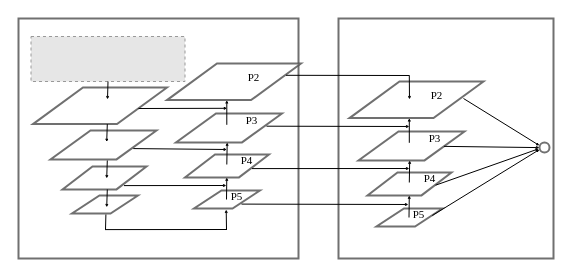
Earlier version of the draw.io diagram FPN-PAN.drawio (zjie134/blog_pic). Source tidied: cells renumbered, new cells numbered last; positions are measured from the earlier drawing's top-left corner, leaving out a move shared by most shapes. Both pictures are drawn from the tidied source at 100%, with x=0, y=0 at pixel (18, 18). Pictures stored in the file or linked from it are replaced by grey dashed boxes.
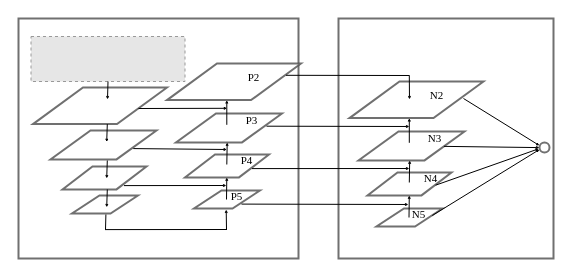
After the change.

Change to the diagram source:
```diff
@@
-    <mxCell id="35" value="&lt;font style=&quot;font-size: 11px&quot; face=&quot;Times New Roman&quot;&gt;P2&lt;/font&gt;" style="text;html=1;align=center;verticalAlign=middle;fillColor=none;strokeColor=none;rounded=0;opacity=80;" parent="1" vertex="1">
+    <mxCell id="35" value="&lt;font style=&quot;font-size: 11px&quot; face=&quot;Times New Roman&quot;&gt;N2&lt;/font&gt;" style="text;html=1;align=center;verticalAlign=middle;fillColor=none;strokeColor=none;rounded=0;opacity=80;" parent="1" vertex="1">
       <mxGeometry x="402.5" y="67" width="30" height="20" as="geometry" />
     </mxCell>
-    <mxCell id="36" value="&lt;font style=&quot;font-size: 11px&quot; face=&quot;Times New Roman&quot;&gt;P3&lt;/font&gt;" style="text;html=1;align=center;verticalAlign=middle;fillColor=none;strokeColor=none;rounded=0;opacity=80;" parent="1" vertex="1">
+    <mxCell id="36" value="&lt;font style=&quot;font-size: 11px&quot; face=&quot;Times New Roman&quot;&gt;N3&lt;/font&gt;" style="text;html=1;align=center;verticalAlign=middle;fillColor=none;strokeColor=none;rounded=0;opacity=80;" parent="1" vertex="1">
       <mxGeometry x="400.5" y="110" width="30" height="20" as="geometry" />
     </mxCell>
-    <mxCell id="37" value="&lt;font style=&quot;font-size: 11px&quot; face=&quot;Times New Roman&quot;&gt;P4&lt;/font&gt;" style="text;html=1;align=center;verticalAlign=middle;fillColor=none;strokeColor=none;rounded=0;opacity=80;" parent="1" vertex="1">
-      <mxGeometry x="395.5" y="150" width="30" height="20" as="geometry" />
+    <mxCell id="37" value="&lt;font style=&quot;font-size: 11px&quot; face=&quot;Times New Roman&quot;&gt;N4&lt;/font&gt;" style="text;html=1;align=center;verticalAlign=middle;fillColor=none;strokeColor=none;rounded=0;opacity=80;" parent="1" vertex="1">
+      <mxGeometry x="396.5" y="150" width="30" height="20" as="geometry" />
     </mxCell>
-    <mxCell id="38" value="&lt;font style=&quot;font-size: 11px&quot; face=&quot;Times New Roman&quot;&gt;P5&lt;/font&gt;" style="text;html=1;align=center;verticalAlign=middle;points=[];fillColor=none;strokeColor=none;rounded=0;opacity=80;" parent="1" vertex="1">
+    <mxCell id="38" value="&lt;font style=&quot;font-size: 11px&quot; face=&quot;Times New Roman&quot;&gt;N5&lt;/font&gt;" style="text;html=1;align=center;verticalAlign=middle;points=[];fillColor=none;strokeColor=none;rounded=0;opacity=80;" parent="1" vertex="1">
       <mxGeometry x="385" y="186" width="30" height="20" as="geometry" />
     </mxCell>
```
